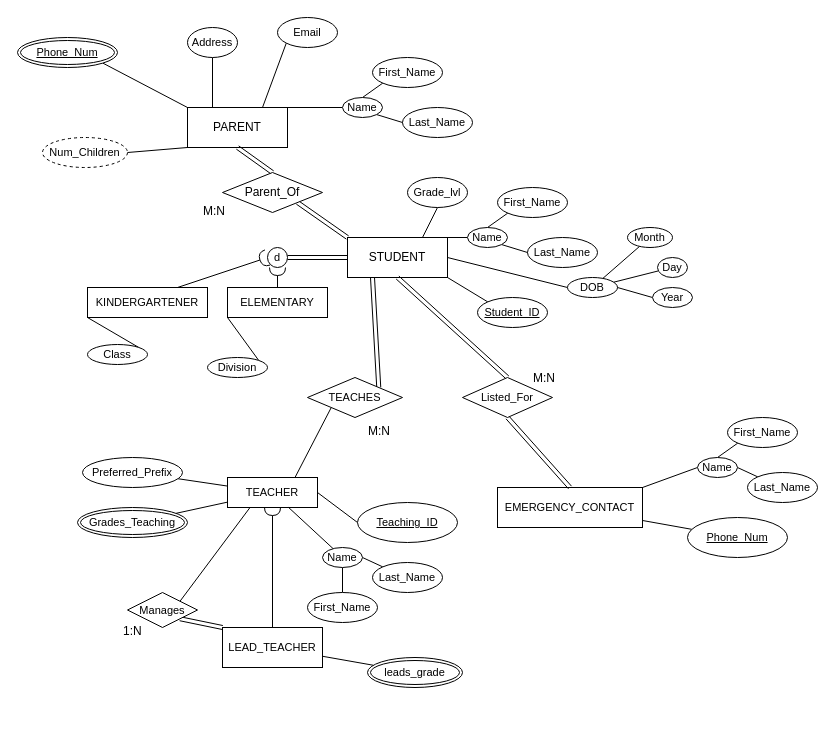
This is prompt2.drawio from NoahVickerson/ENSF300-Project2, a draw.io file, before an edit. Source tidied: cells renumbered, new cells numbered last; positions are measured from the earlier drawing's top-left corner, leaving out a move shared by most shapes. Both pictures are drawn from the tidied source at 100%, with x=0, y=0 at pixel (17, 17).
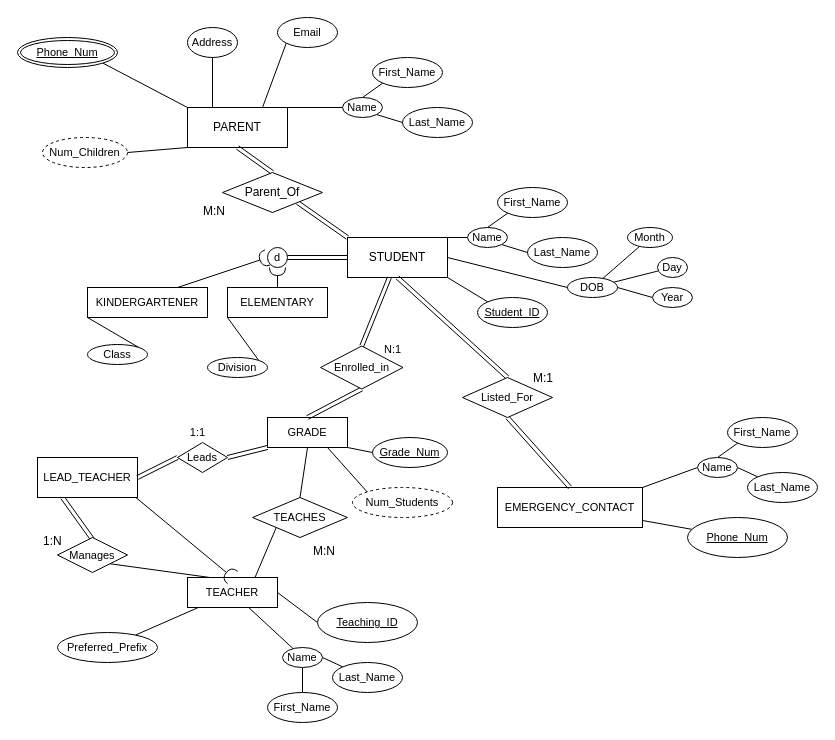
The same diagram, later.

Commit message (it also covers changes not shown here):
broke off alternate prompt based on assumption

The change refers to these unchanged cells:
```xml
<mxCell id="5" value="STUDENT" style="whiteSpace=wrap;html=1;align=center;" parent="1" vertex="1">
  <mxGeometry x="330" y="220" width="100" height="40" as="geometry" />
</mxCell>
```

What changed in the source:
```diff
@@
-    <mxCell id="3" style="edgeStyle=none;shape=connector;rounded=1;html=1;exitX=0.75;exitY=0;exitDx=0;exitDy=0;entryX=0.5;entryY=1;entryDx=0;entryDy=0;labelBackgroundColor=default;strokeColor=default;fontFamily=Helvetica;fontSize=11;fontColor=default;endArrow=none;endFill=0;" parent="1" edge="1" source="5" target="22">
-      <mxGeometry relative="1" as="geometry" />
-    </mxCell>
@@
-    <mxCell id="22" value="Grade_lvl" style="ellipse;whiteSpace=wrap;html=1;align=center;fontFamily=Helvetica;fontSize=11;fontColor=default;" parent="1" vertex="1">
-      <mxGeometry x="390" y="160" width="60" height="30" as="geometry" />
-    </mxCell>
@@
-    <mxCell id="60" value="M:N" style="text;strokeColor=none;fillColor=none;spacingLeft=4;spacingRight=4;overflow=hidden;fontSize=12;fontFamily=Helvetica;fontColor=default;" parent="1" vertex="1">
+    <mxCell id="60" value="M:1" style="text;strokeColor=none;fillColor=none;spacingLeft=4;spacingRight=4;overflow=hidden;fontSize=12;fontFamily=Helvetica;fontColor=default;" parent="1" vertex="1">
       <mxGeometry x="510" y="347" width="40" height="30" as="geometry" />
     </mxCell>
@@
     <mxCell id="62" value="TEACHER" style="whiteSpace=wrap;html=1;align=center;fontFamily=Helvetica;fontSize=11;fontColor=default;" parent="1" vertex="1">
-      <mxGeometry x="210" y="460" width="90" height="30" as="geometry" />
+      <mxGeometry x="170" y="560" width="90" height="30" as="geometry" />
     </mxCell>
@@
     <mxCell id="64" value="Preferred_Prefix" style="ellipse;whiteSpace=wrap;html=1;align=center;fontFamily=Helvetica;fontSize=11;fontColor=default;" parent="1" vertex="1">
-      <mxGeometry x="65" y="440" width="100" height="30" as="geometry" />
+      <mxGeometry x="40" y="615" width="100" height="30" as="geometry" />
     </mxCell>
@@
     <mxCell id="66" value="First_Name" style="ellipse;whiteSpace=wrap;html=1;align=center;fontFamily=Helvetica;fontSize=11;fontColor=default;" parent="1" vertex="1">
-      <mxGeometry x="290" y="575" width="70" height="30" as="geometry" />
+      <mxGeometry x="250" y="675" width="70" height="30" as="geometry" />
     </mxCell>
@@
     <mxCell id="68" value="Last_Name" style="ellipse;whiteSpace=wrap;html=1;align=center;fontFamily=Helvetica;fontSize=11;fontColor=default;" parent="1" vertex="1">
-      <mxGeometry x="355" y="545" width="70" height="30" as="geometry" />
+      <mxGeometry x="315" y="645" width="70" height="30" as="geometry" />
     </mxCell>
@@
     <mxCell id="70" value="Name" style="ellipse;whiteSpace=wrap;html=1;align=center;fontFamily=Helvetica;fontSize=11;fontColor=default;" parent="1" vertex="1">
-      <mxGeometry x="305" y="530" width="40" height="20" as="geometry" />
+      <mxGeometry x="265" y="630" width="40" height="20" as="geometry" />
     </mxCell>
-    <mxCell id="71" style="edgeStyle=none;shape=connector;rounded=1;html=1;labelBackgroundColor=default;strokeColor=default;fontFamily=Helvetica;fontSize=11;fontColor=default;endArrow=none;endFill=0;" parent="1" edge="1" source="72" target="62">
-      <mxGeometry relative="1" as="geometry" />
-    </mxCell>
-    <mxCell id="72" value="Grades_Teaching" style="ellipse;shape=doubleEllipse;margin=3;whiteSpace=wrap;html=1;align=center;fontFamily=Helvetica;fontSize=11;fontColor=default;" parent="1" vertex="1">
-      <mxGeometry x="60" y="490" width="110" height="30" as="geometry" />
-    </mxCell>
@@
     <mxCell id="74" value="Teaching_ID" style="ellipse;whiteSpace=wrap;html=1;align=center;fontStyle=4;fontFamily=Helvetica;fontSize=11;fontColor=default;" parent="1" vertex="1">
-      <mxGeometry x="340" y="485" width="100" height="40" as="geometry" />
+      <mxGeometry x="300" y="585" width="100" height="40" as="geometry" />
     </mxCell>
-    <mxCell id="75" style="edgeStyle=none;shape=connector;rounded=1;html=1;exitX=0.5;exitY=0;exitDx=0;exitDy=0;entryX=0.5;entryY=1;entryDx=0;entryDy=0;labelBackgroundColor=default;fontFamily=Helvetica;fontSize=11;fontColor=default;endArrow=halfCircle;endFill=0;" parent="1" edge="1" source="77" target="62">
+    <mxCell id="75" style="edgeStyle=none;shape=connector;rounded=1;html=1;exitX=0.5;exitY=0;exitDx=0;exitDy=0;entryX=0.5;entryY=0;entryDx=0;entryDy=0;labelBackgroundColor=default;fontFamily=Helvetica;fontSize=11;fontColor=default;endArrow=halfCircle;endFill=0;" parent="1" edge="1" source="77" target="62">
       <mxGeometry relative="1" as="geometry" />
     </mxCell>
-    <mxCell id="76" style="edgeStyle=none;rounded=1;html=1;exitX=0;exitY=0;exitDx=0;exitDy=0;entryX=1;entryY=1;entryDx=0;entryDy=0;labelBackgroundColor=default;strokeColor=default;fontFamily=Helvetica;fontSize=11;fontColor=default;endArrow=none;endFill=0;shape=link;" parent="1" edge="1" source="77" target="79">
+    <mxCell id="76" style="edgeStyle=none;rounded=1;html=1;exitX=0.25;exitY=1;exitDx=0;exitDy=0;entryX=1;entryY=1;entryDx=0;entryDy=0;labelBackgroundColor=default;strokeColor=default;fontFamily=Helvetica;fontSize=11;fontColor=default;endArrow=none;endFill=0;shape=link;" parent="1" edge="1" source="77" target="79">
       <mxGeometry relative="1" as="geometry" />
     </mxCell>
     <mxCell id="77" value="LEAD_TEACHER" style="whiteSpace=wrap;html=1;align=center;fontFamily=Helvetica;fontSize=11;fontColor=default;" parent="1" vertex="1">
-      <mxGeometry x="205" y="610" width="100" height="40" as="geometry" />
+      <mxGeometry x="20" y="440" width="100" height="40" as="geometry" />
     </mxCell>
-    <mxCell id="78" style="edgeStyle=none;rounded=1;html=1;exitX=1;exitY=0;exitDx=0;exitDy=0;entryX=0.25;entryY=1;entryDx=0;entryDy=0;labelBackgroundColor=default;strokeColor=default;fontFamily=Helvetica;fontSize=11;fontColor=default;endArrow=none;endFill=0;" parent="1" edge="1" source="79" target="62">
+    <mxCell id="78" style="edgeStyle=none;shape=connector;rounded=1;html=1;exitX=1;exitY=1;exitDx=0;exitDy=0;labelBackgroundColor=default;strokeColor=default;fontFamily=Helvetica;fontSize=11;fontColor=default;endArrow=none;endFill=0;entryX=0.25;entryY=0;entryDx=0;entryDy=0;" parent="1" edge="1" source="79" target="62">
       <mxGeometry relative="1" as="geometry" />
     </mxCell>
     <mxCell id="79" value="Manages" style="shape=rhombus;perimeter=rhombusPerimeter;whiteSpace=wrap;html=1;align=center;fontFamily=Helvetica;fontSize=11;fontColor=default;" parent="1" vertex="1">
-      <mxGeometry x="110" y="575" width="70" height="35" as="geometry" />
+      <mxGeometry x="40" y="520" width="70" height="35" as="geometry" />
     </mxCell>
     <mxCell id="80" value="1:N" style="text;strokeColor=none;fillColor=none;spacingLeft=4;spacingRight=4;overflow=hidden;fontSize=12;fontFamily=Helvetica;fontColor=default;" parent="1" vertex="1">
-      <mxGeometry x="100" y="600" width="40" height="30" as="geometry" />
+      <mxGeometry x="20" y="510" width="40" height="30" as="geometry" />
     </mxCell>
-    <mxCell id="81" style="edgeStyle=none;shape=link;rounded=1;html=1;exitX=1;exitY=0;exitDx=0;exitDy=0;entryX=0.25;entryY=1;entryDx=0;entryDy=0;labelBackgroundColor=default;strokeColor=default;fontFamily=Helvetica;fontSize=11;fontColor=default;endArrow=none;endFill=0;" parent="1" edge="1" source="82" target="5">
-      <mxGeometry relative="1" as="geometry" />
-    </mxCell>
+    <mxCell id="88" style="edgeStyle=none;shape=connector;rounded=1;html=1;exitX=0.5;exitY=0;exitDx=0;exitDy=0;entryX=0.5;entryY=1;entryDx=0;entryDy=0;labelBackgroundColor=default;strokeColor=default;fontFamily=Helvetica;fontSize=11;fontColor=default;endArrow=none;endFill=0;" parent="1" edge="1" source="82" target="91">
+      <mxGeometry relative="1" as="geometry" />
+    </mxCell>
     <mxCell id="82" value="TEACHES" style="shape=rhombus;perimeter=rhombusPerimeter;whiteSpace=wrap;html=1;align=center;fontFamily=Helvetica;fontSize=11;fontColor=default;" parent="1" vertex="1">
-      <mxGeometry x="290" y="360" width="95" height="40" as="geometry" />
+      <mxGeometry x="235" y="480" width="95" height="40" as="geometry" />
     </mxCell>
     <mxCell id="83" value="M:N" style="text;strokeColor=none;fillColor=none;spacingLeft=4;spacingRight=4;overflow=hidden;fontSize=12;fontFamily=Helvetica;fontColor=default;" parent="1" vertex="1">
-      <mxGeometry x="345" y="400" width="40" height="30" as="geometry" />
+      <mxGeometry x="290" y="520" width="40" height="30" as="geometry" />
     </mxCell>
@@
-    <mxCell id="86" style="edgeStyle=none;html=1;endArrow=none;endFill=0;" parent="1" edge="1" source="87" target="77">
-      <mxGeometry relative="1" as="geometry" />
-    </mxCell>
-    <mxCell id="87" value="&lt;span style=&quot;font-size: 11px;&quot;&gt;leads_grade&lt;/span&gt;" style="ellipse;shape=doubleEllipse;margin=3;whiteSpace=wrap;html=1;align=center;" parent="1" vertex="1">
-      <mxGeometry x="350" y="640" width="95" height="30" as="geometry" />
-    </mxCell>
+    <mxCell id="89" style="edgeStyle=none;shape=connector;rounded=1;html=1;exitX=1;exitY=1;exitDx=0;exitDy=0;entryX=0;entryY=0.5;entryDx=0;entryDy=0;labelBackgroundColor=default;strokeColor=default;fontFamily=Helvetica;fontSize=11;fontColor=default;endArrow=none;endFill=0;" parent="1" edge="1" source="91" target="92">
+      <mxGeometry relative="1" as="geometry" />
+    </mxCell>
+    <mxCell id="90" style="edgeStyle=none;shape=connector;rounded=1;html=1;exitX=0.75;exitY=1;exitDx=0;exitDy=0;entryX=0;entryY=0;entryDx=0;entryDy=0;labelBackgroundColor=default;strokeColor=default;fontFamily=Helvetica;fontSize=11;fontColor=default;endArrow=none;endFill=0;" parent="1" edge="1" source="91" target="101">
+      <mxGeometry relative="1" as="geometry" />
+    </mxCell>
+    <mxCell id="91" value="GRADE" style="whiteSpace=wrap;html=1;align=center;fontFamily=Helvetica;fontSize=11;fontColor=default;" parent="1" vertex="1">
+      <mxGeometry x="250" y="400" width="80" height="30" as="geometry" />
+    </mxCell>
+    <mxCell id="92" value="Grade_Num" style="ellipse;whiteSpace=wrap;html=1;align=center;fontStyle=4;fontFamily=Helvetica;fontSize=11;fontColor=default;" parent="1" vertex="1">
+      <mxGeometry x="355" y="420" width="75" height="30" as="geometry" />
+    </mxCell>
+    <mxCell id="93" style="edgeStyle=none;shape=link;rounded=1;html=1;exitX=0.5;exitY=1;exitDx=0;exitDy=0;entryX=0.5;entryY=0;entryDx=0;entryDy=0;labelBackgroundColor=default;strokeColor=default;fontFamily=Helvetica;fontSize=11;fontColor=default;endArrow=none;endFill=0;" parent="1" edge="1" source="95" target="91">
+      <mxGeometry relative="1" as="geometry" />
+    </mxCell>
+    <mxCell id="94" style="edgeStyle=none;shape=link;rounded=1;html=1;exitX=0.5;exitY=0;exitDx=0;exitDy=0;labelBackgroundColor=default;strokeColor=default;fontFamily=Helvetica;fontSize=11;fontColor=default;endArrow=none;endFill=0;" parent="1" edge="1" source="95" target="5">
+      <mxGeometry relative="1" as="geometry" />
+    </mxCell>
+    <mxCell id="95" value="Enrolled_in" style="shape=rhombus;perimeter=rhombusPerimeter;whiteSpace=wrap;html=1;align=center;fontFamily=Helvetica;fontSize=11;fontColor=default;" parent="1" vertex="1">
+      <mxGeometry x="303" y="328.5" width="82.5" height="43" as="geometry" />
+    </mxCell>
+    <mxCell id="96" style="edgeStyle=none;shape=link;rounded=1;html=1;exitX=1;exitY=0.5;exitDx=0;exitDy=0;entryX=0;entryY=1;entryDx=0;entryDy=0;labelBackgroundColor=default;strokeColor=default;fontFamily=Helvetica;fontSize=11;fontColor=default;endArrow=none;endFill=0;" parent="1" edge="1" source="98" target="91">
+      <mxGeometry relative="1" as="geometry" />
+    </mxCell>
+    <mxCell id="97" style="edgeStyle=none;shape=link;rounded=1;html=1;exitX=0;exitY=0.5;exitDx=0;exitDy=0;entryX=1;entryY=0.5;entryDx=0;entryDy=0;labelBackgroundColor=default;strokeColor=default;fontFamily=Helvetica;fontSize=11;fontColor=default;endArrow=none;endFill=0;" parent="1" edge="1" source="98" target="77">
+      <mxGeometry relative="1" as="geometry" />
+    </mxCell>
+    <mxCell id="98" value="Leads" style="shape=rhombus;perimeter=rhombusPerimeter;whiteSpace=wrap;html=1;align=center;fontFamily=Helvetica;fontSize=11;fontColor=default;" parent="1" vertex="1">
+      <mxGeometry x="160" y="425" width="50" height="30" as="geometry" />
+    </mxCell>
+    <mxCell id="99" value="N:1" style="text;html=1;align=center;verticalAlign=middle;strokeColor=none;fillColor=none;fontSize=11;fontFamily=Helvetica;fontColor=default;" parent="1" vertex="1">
+      <mxGeometry x="355" y="317" width="40" height="30" as="geometry" />
+    </mxCell>
+    <mxCell id="100" value="1:1" style="text;html=1;align=center;verticalAlign=middle;strokeColor=none;fillColor=none;fontSize=11;fontFamily=Helvetica;fontColor=default;" parent="1" vertex="1">
+      <mxGeometry x="160" y="400" width="40" height="30" as="geometry" />
+    </mxCell>
+    <mxCell id="101" value="Num_Students" style="ellipse;whiteSpace=wrap;html=1;align=center;dashed=1;fontFamily=Helvetica;fontSize=11;fontColor=default;" parent="1" vertex="1">
+      <mxGeometry x="335" y="470" width="100" height="30" as="geometry" />
+    </mxCell>
```
